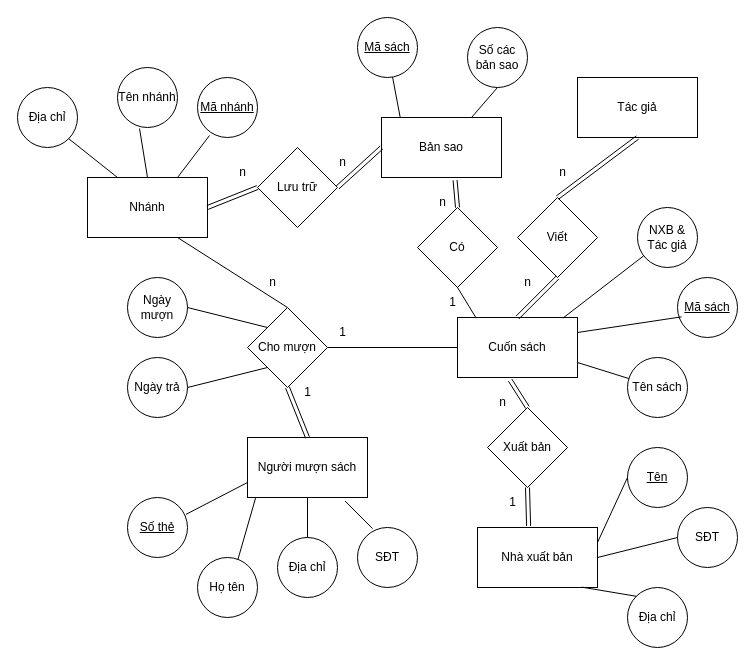
Earlier version of the draw.io diagram luoc_do_ER_so7.drawio (Drizzle210/hello-world). Source tidied: cells renumbered, new cells numbered last; positions are measured from the earlier drawing's top-left corner, leaving out a move shared by most shapes. Both pictures are drawn from the tidied source at 100%, with x=0, y=0 at pixel (17, 17).
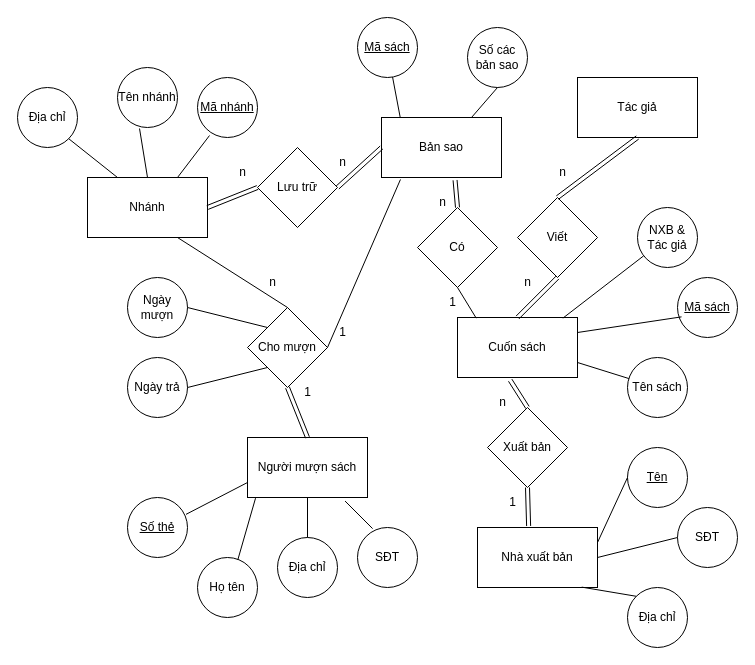
After the change.

Commit message:
Cập nhật luoc_do_ER_so7.drawio

Unchanged cells that the change refers to:
```xml
<mxCell id="9" value="Cuốn sách" style="rounded=0;whiteSpace=wrap;html=1;" parent="1" vertex="1">
  <mxGeometry x="440" y="300" width="120" height="60" as="geometry" />
</mxCell>
<mxCell id="24" value="Bản sao" style="rounded=0;whiteSpace=wrap;html=1;" parent="1" vertex="1">
  <mxGeometry x="364" y="100" width="120" height="60" as="geometry" />
</mxCell>
<mxCell id="50" value="Cho mượn" style="rhombus;whiteSpace=wrap;html=1;" parent="1" vertex="1">
  <mxGeometry x="230" y="290" width="80" height="80" as="geometry" />
</mxCell>
```

Diff of the diagram source:
```diff
@@
-    <mxCell id="53" style="endArrow=none;html=1;rounded=0;exitX=1;exitY=0.5;exitDx=0;exitDy=0;entryX=0;entryY=0.5;entryDx=0;entryDy=0;" parent="1" edge="1" source="50" target="9">
+    <mxCell id="53" style="endArrow=none;html=1;rounded=0;exitX=1;exitY=0.5;exitDx=0;exitDy=0;entryX=0.158;entryY=1.033;entryDx=0;entryDy=0;entryPerimeter=0;" parent="1" edge="1" source="50" target="24">
       <mxGeometry relative="1" as="geometry" />
     </mxCell>
```
